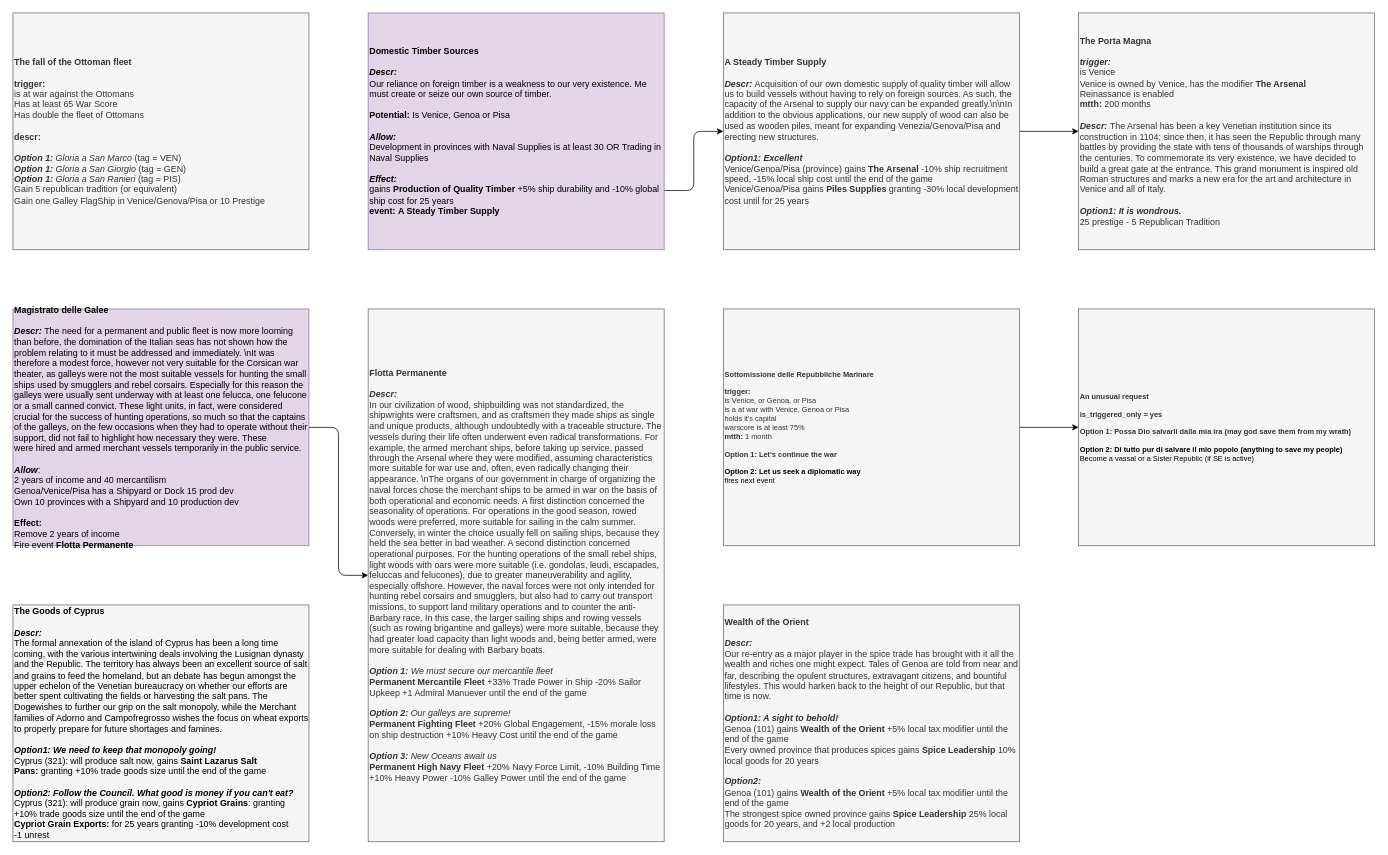
Above: It's Repubbliche Marinare Time/Its Repubbliche Marinare Time.drawio in Melvasul/Missions-Expanded (draw.io), before the change. Source tidied: cells renumbered, new cells numbered last; positions are measured from the earlier drawing's top-left corner, leaving out a move shared by most shapes. Both pictures are drawn from the tidied source at 74%, with x=0, y=0 at pixel (13, 13).
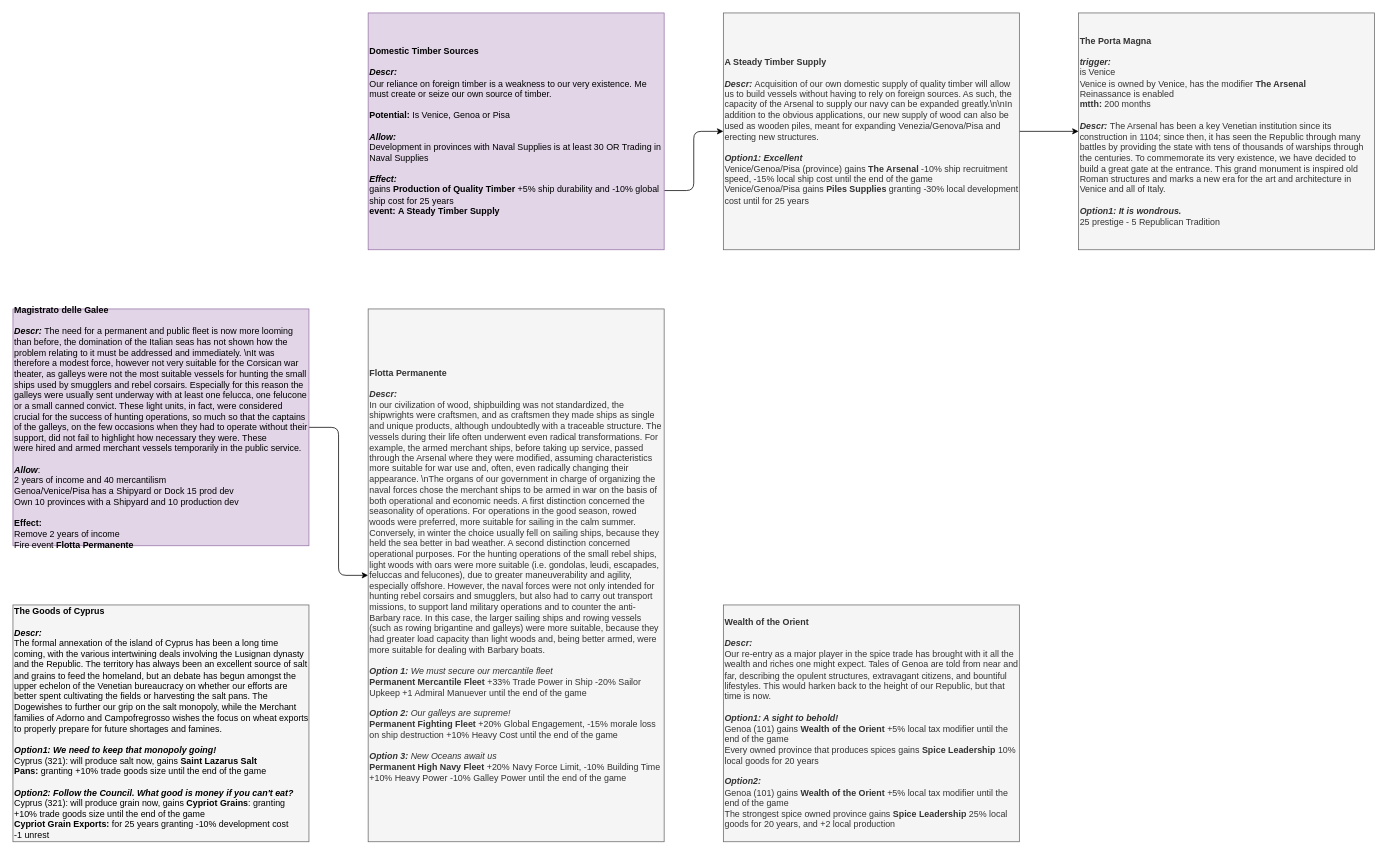
The same diagram, later.

Change to the diagram source:
```diff
@@
-    <mxCell id="9" value="&lt;div style=&quot;font-size: 12px&quot;&gt;&lt;span style=&quot;font-size: 12px&quot;&gt;&lt;b&gt;The fall of the Ottoman fleet&lt;/b&gt;&lt;/span&gt;&lt;/div&gt;&lt;div style=&quot;font-size: 12px&quot;&gt;&lt;span style=&quot;font-size: 12px&quot;&gt;&lt;br&gt;&lt;/span&gt;&lt;/div&gt;&lt;div style=&quot;font-size: 12px&quot;&gt;&lt;span style=&quot;font-size: 12px&quot;&gt;&lt;b&gt;trigger:&lt;/b&gt;&lt;/span&gt;&lt;/div&gt;&lt;div style=&quot;font-size: 12px&quot;&gt;&lt;span style=&quot;font-size: 12px&quot;&gt;is at war against the Ottomans&lt;/span&gt;&lt;/div&gt;&lt;div style=&quot;font-size: 12px&quot;&gt;Has at least 65 War Score&lt;/div&gt;&lt;div style=&quot;font-size: 12px&quot;&gt;Has double the fleet of Ottomans&lt;/div&gt;&lt;div style=&quot;font-size: 12px&quot;&gt;&lt;span style=&quot;font-size: 12px&quot;&gt;&lt;br&gt;&lt;/span&gt;&lt;/div&gt;&lt;div style=&quot;font-size: 12px&quot;&gt;&lt;span style=&quot;font-size: 12px&quot;&gt;&lt;b&gt;descr:&lt;/b&gt;&lt;/span&gt;&lt;/div&gt;&lt;div style=&quot;font-size: 12px&quot;&gt;&lt;span style=&quot;font-size: 12px&quot;&gt;&lt;br style=&quot;font-size: 12px&quot;&gt;&lt;/span&gt;&lt;/div&gt;&lt;b&gt;&lt;i&gt;Option 1:&amp;nbsp;&lt;/i&gt;&lt;/b&gt;&lt;span&gt;&lt;i&gt;Gloria a San Marco&lt;/i&gt;&amp;nbsp;(tag = VEN)&lt;/span&gt;&lt;b&gt;&lt;i&gt;&lt;br&gt;&lt;/i&gt;&lt;/b&gt;&lt;div style=&quot;font-size: 12px&quot;&gt;&lt;i&gt;&lt;b&gt;Option 1:&lt;/b&gt;&amp;nbsp;Gloria a San Giorgio&amp;nbsp;&lt;/i&gt;(tag = GEN)&lt;/div&gt;&lt;div style=&quot;font-size: 12px&quot;&gt;&lt;i&gt;&lt;b&gt;Option 1:&lt;/b&gt;&amp;nbsp;Gloria a San Ranieri&lt;/i&gt;&amp;nbsp;(tag = PIS)&lt;b&gt;&lt;i&gt;&lt;br&gt;&lt;/i&gt;&lt;/b&gt;&lt;/div&gt;&lt;div style=&quot;font-size: 12px&quot;&gt;Gain 5 republican tradition (or equivalent)&lt;br&gt;&lt;/div&gt;&lt;div style=&quot;font-size: 12px&quot;&gt;Gain one Galley FlagShip in Venice/Genova/Pisa or 10 Prestige&lt;/div&gt;" style="rounded=0;whiteSpace=wrap;html=1;fillColor=#f5f5f5;strokeColor=#666666;fontSize=12;fontColor=#333333;align=left;" parent="1" vertex="1">
-      <mxGeometry width="400" height="320" as="geometry" />
-    </mxCell>
-    <mxCell id="10" style="edgeStyle=orthogonalEdgeStyle;rounded=1;jettySize=auto;html=1;" parent="1" edge="1" source="11" target="12">
-      <mxGeometry relative="1" as="geometry" />
-    </mxCell>
-    <mxCell id="11" value="&lt;div style=&quot;font-size: 10px;&quot; align=&quot;left&quot;&gt;&lt;b style=&quot;font-size: 10px;&quot;&gt;Sottomissione delle Repubbliche Marinare&lt;/b&gt;&lt;/div&gt;&lt;div style=&quot;font-size: 10px;&quot; align=&quot;left&quot;&gt;&lt;br style=&quot;font-size: 10px;&quot;&gt;&lt;/div&gt;&lt;div style=&quot;font-size: 10px;&quot; align=&quot;left&quot;&gt;&lt;b style=&quot;font-size: 10px;&quot;&gt;trigger:&lt;/b&gt;&lt;/div&gt;&lt;div style=&quot;font-size: 10px;&quot; align=&quot;left&quot;&gt;is Venice, or Genoa, or Pisa&lt;/div&gt;&lt;div style=&quot;font-size: 10px;&quot; align=&quot;left&quot;&gt;is a at war with Venice, Genoa or Pisa&lt;/div&gt;&lt;div style=&quot;font-size: 10px;&quot; align=&quot;left&quot;&gt;holds it's capital&lt;/div&gt;&lt;div style=&quot;font-size: 10px;&quot; align=&quot;left&quot;&gt;warscore is at least 75%&lt;/div&gt;&lt;div style=&quot;font-size: 10px;&quot; align=&quot;left&quot;&gt;&lt;b style=&quot;font-size: 10px;&quot;&gt;mtth:&amp;nbsp;&lt;/b&gt;&lt;span style=&quot;font-size: 10px;&quot;&gt;1 month&lt;/span&gt;&lt;/div&gt;&lt;div style=&quot;font-size: 10px;&quot; align=&quot;left&quot;&gt;&lt;br style=&quot;font-size: 10px;&quot;&gt;&lt;/div&gt;&lt;div style=&quot;font-size: 10px;&quot; align=&quot;left&quot;&gt;&lt;b style=&quot;font-size: 10px;&quot;&gt;Option 1: Let's continue the war&lt;/b&gt;&lt;/div&gt;&lt;div style=&quot;font-size: 10px;&quot; align=&quot;left&quot;&gt;&lt;div style=&quot;color: rgb(0, 0, 0); font-size: 10px;&quot;&gt;&lt;br style=&quot;font-size: 10px;&quot;&gt;&lt;/div&gt;&lt;div style=&quot;color: rgb(0, 0, 0); font-size: 10px;&quot;&gt;&lt;b style=&quot;font-size: 10px;&quot;&gt;Option 2:&lt;/b&gt;&amp;nbsp;&lt;b style=&quot;font-size: 10px;&quot;&gt;Let us seek a diplomatic way&lt;/b&gt;&lt;/div&gt;&lt;div style=&quot;color: rgb(0, 0, 0); font-size: 10px;&quot;&gt;fires next event&lt;b style=&quot;font-size: 10px;&quot;&gt;&lt;br style=&quot;font-size: 10px;&quot;&gt;&lt;/b&gt;&lt;/div&gt;&lt;/div&gt;" style="rounded=0;whiteSpace=wrap;html=1;align=left;fontSize=10;fillColor=#f5f5f5;strokeColor=#666666;fontColor=#333333;" parent="1" vertex="1">
-      <mxGeometry x="960" y="400" width="400" height="320" as="geometry" />
-    </mxCell>
-    <mxCell id="12" value="&lt;div style=&quot;font-size: 10px;&quot; align=&quot;left&quot;&gt;&lt;b style=&quot;font-size: 10px;&quot;&gt;An unusual request&lt;/b&gt;&lt;/div&gt;&lt;div style=&quot;font-size: 10px;&quot; align=&quot;left&quot;&gt;&lt;br style=&quot;font-size: 10px;&quot;&gt;&lt;/div&gt;&lt;div style=&quot;font-size: 10px;&quot; align=&quot;left&quot;&gt;&lt;b style=&quot;font-size: 10px;&quot;&gt;is_triggered_only = yes&lt;/b&gt;&lt;/div&gt;&lt;div style=&quot;font-size: 10px;&quot; align=&quot;left&quot;&gt;&lt;br style=&quot;font-size: 10px;&quot;&gt;&lt;/div&gt;&lt;div style=&quot;font-size: 10px;&quot; align=&quot;left&quot;&gt;&lt;b style=&quot;font-size: 10px;&quot;&gt;Option 1: Possa Dio salvarli dalla mia ira (may god save them from my wrath)&lt;/b&gt;&lt;br style=&quot;font-size: 10px;&quot;&gt;&lt;/div&gt;&lt;div style=&quot;font-size: 10px;&quot; align=&quot;left&quot;&gt;&lt;div style=&quot;color: rgb(0, 0, 0); font-size: 10px;&quot;&gt;&lt;br style=&quot;font-size: 10px;&quot;&gt;&lt;/div&gt;&lt;div style=&quot;color: rgb(0, 0, 0); font-size: 10px;&quot;&gt;&lt;b style=&quot;font-size: 10px;&quot;&gt;Option 2:&lt;/b&gt;&amp;nbsp;&lt;b style=&quot;font-size: 10px;&quot;&gt;Di tutto pur di salvare il mio popolo (anything to save my people)&lt;/b&gt;&lt;/div&gt;&lt;div style=&quot;color: rgb(0, 0, 0); font-size: 10px;&quot;&gt;Become a vassal or a Sister Republic (if SE is active)&lt;/div&gt;&lt;/div&gt;" style="rounded=0;whiteSpace=wrap;html=1;align=left;fontSize=10;fillColor=#f5f5f5;strokeColor=#666666;fontColor=#333333;" parent="1" vertex="1">
-      <mxGeometry x="1440" y="400" width="400" height="320" as="geometry" />
-    </mxCell>
```
